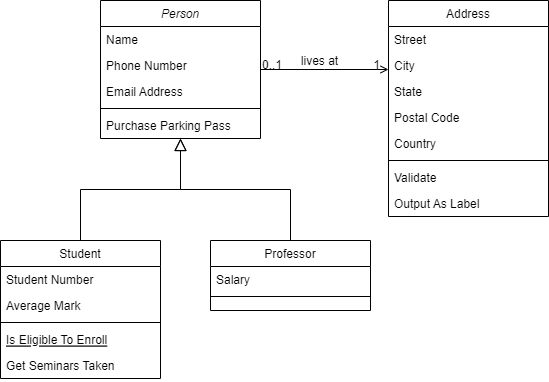
Before: Başlıksız Diyagram.drawio.png, a diagram exported from draw.io (pnrbrk41/Modelleme-Hayvanat-Bahcesi). Source tidied: cells renumbered, new cells last; positions are measured from the earlier drawing's top-left corner, leaving out a move shared by most shapes.
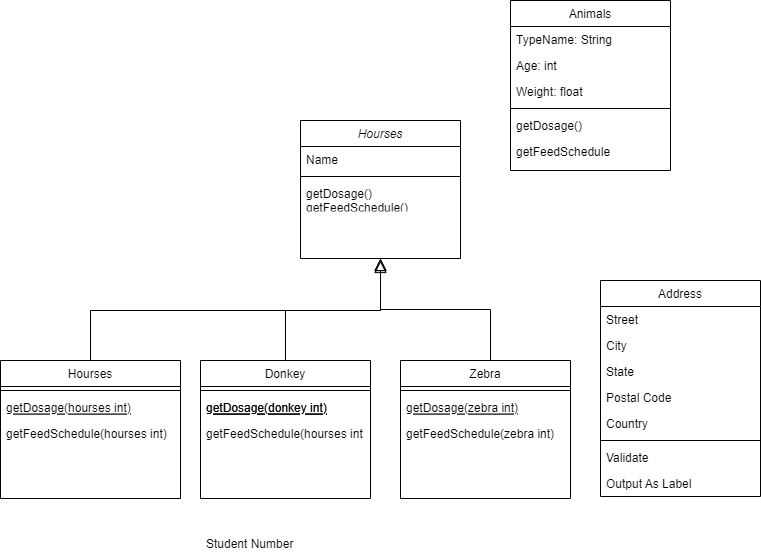
The same diagram one commit later.

Diff of the diagram source:
```diff
@@ -2,59 +2,45 @@
   <root>
     <mxCell id="0" />
     <mxCell id="1" parent="0" />
-    <mxCell id="2" value="Person" style="swimlane;fontStyle=2;align=center;verticalAlign=top;horizontal=1;startSize=26;rounded=0;shadow=0;strokeWidth=1;" parent="1" vertex="1">
+    <mxCell id="2" value="Hourses" style="swimlane;fontStyle=2;align=center;verticalAlign=top;horizontal=1;startSize=26;rounded=0;shadow=0;strokeWidth=1;" parent="1" vertex="1">
       <mxGeometry x="100" width="160" height="138" as="geometry" />
     </mxCell>
     <mxCell id="3" value="Name" style="text;align=left;verticalAlign=top;spacingLeft=4;spacingRight=4;overflow=hidden;" parent="2" vertex="1">
       <mxGeometry y="26" width="160" height="26" as="geometry" />
     </mxCell>
-    <mxCell id="4" value="Phone Number" style="text;align=left;verticalAlign=top;spacingLeft=4;spacingRight=4;overflow=hidden;rounded=0;shadow=0;html=0;" parent="2" vertex="1">
-      <mxGeometry y="52" width="160" height="26" as="geometry" />
-    </mxCell>
-    <mxCell id="5" value="Email Address" style="text;align=left;verticalAlign=top;spacingLeft=4;spacingRight=4;overflow=hidden;rounded=0;shadow=0;html=0;" parent="2" vertex="1">
-      <mxGeometry y="78" width="160" height="26" as="geometry" />
-    </mxCell>
     <mxCell id="6" style="line;html=1;strokeWidth=1;align=left;verticalAlign=middle;spacingTop=-1;spacingLeft=3;spacingRight=3;labelPosition=right;" parent="2" vertex="1">
-      <mxGeometry y="104" width="160" height="8" as="geometry" />
+      <mxGeometry y="52" width="160" height="8" as="geometry" />
     </mxCell>
-    <mxCell id="7" value="Purchase Parking Pass" style="text;align=left;verticalAlign=top;spacingLeft=4;spacingRight=4;overflow=hidden;" parent="2" vertex="1">
-      <mxGeometry y="112" width="160" height="26" as="geometry" />
+    <mxCell id="7" value="getDosage()&#10;getFeedSchedule()" style="text;align=left;verticalAlign=top;spacingLeft=4;spacingRight=4;overflow=hidden;" parent="2" vertex="1">
+      <mxGeometry y="60" width="160" height="26" as="geometry" />
     </mxCell>
-    <mxCell id="8" value="Student" style="swimlane;fontStyle=0;align=center;verticalAlign=top;horizontal=1;startSize=26;rounded=0;shadow=0;strokeWidth=1;" parent="1" vertex="1">
-      <mxGeometry y="240" width="160" height="138" as="geometry" />
+    <mxCell id="8" value="Donkey" style="swimlane;fontStyle=0;align=center;verticalAlign=top;horizontal=1;startSize=26;rounded=0;shadow=0;strokeWidth=1;" parent="1" vertex="1">
+      <mxGeometry y="240" width="170" height="138" as="geometry" />
     </mxCell>
-    <mxCell id="9" value="Student Number" style="text;align=left;verticalAlign=top;spacingLeft=4;spacingRight=4;overflow=hidden;" parent="8" vertex="1">
-      <mxGeometry y="26" width="160" height="26" as="geometry" />
-    </mxCell>
-    <mxCell id="10" value="Average Mark" style="text;align=left;verticalAlign=top;spacingLeft=4;spacingRight=4;overflow=hidden;rounded=0;shadow=0;html=0;" parent="8" vertex="1">
-      <mxGeometry y="52" width="160" height="26" as="geometry" />
-    </mxCell>
     <mxCell id="11" style="line;html=1;strokeWidth=1;align=left;verticalAlign=middle;spacingTop=-1;spacingLeft=3;spacingRight=3;labelPosition=right;" parent="8" vertex="1">
-      <mxGeometry y="78" width="160" height="8" as="geometry" />
+      <mxGeometry y="26" width="170" height="8" as="geometry" />
     </mxCell>
-    <mxCell id="12" value="Is Eligible To Enroll" style="text;align=left;verticalAlign=top;spacingLeft=4;spacingRight=4;overflow=hidden;fontStyle=4;" parent="8" vertex="1">
-      <mxGeometry y="86" width="160" height="26" as="geometry" />
+    <mxCell id="12" value="getDosage(donkey int)" style="text;align=left;verticalAlign=top;spacingLeft=4;spacingRight=4;overflow=hidden;fontStyle=4;" parent="8" vertex="1">
+      <mxGeometry y="34" width="170" height="26" as="geometry" />
     </mxCell>
-    <mxCell id="13" value="Get Seminars Taken" style="text;align=left;verticalAlign=top;spacingLeft=4;spacingRight=4;overflow=hidden;" parent="8" vertex="1">
-      <mxGeometry y="112" width="160" height="26" as="geometry" />
+    <mxCell id="13" value="getFeedSchedule(hourses int" style="text;align=left;verticalAlign=top;spacingLeft=4;spacingRight=4;overflow=hidden;" parent="8" vertex="1">
+      <mxGeometry y="60" width="170" height="26" as="geometry" />
     </mxCell>
     <mxCell id="14" style="endArrow=block;endSize=10;endFill=0;shadow=0;strokeWidth=1;rounded=0;edgeStyle=elbowEdgeStyle;elbow=vertical;" parent="1" edge="1" source="8" target="2">
-      <mxGeometry relative="1" as="geometry" />
+      <mxGeometry relative="1" as="geometry">
+        <Array as="points">
+          <mxPoint x="180" y="190" />
+          <mxPoint x="-100" y="180" />
+        </Array>
+      </mxGeometry>
     </mxCell>
-    <mxCell id="15" value="Professor" style="swimlane;fontStyle=0;align=center;verticalAlign=top;horizontal=1;startSize=26;rounded=0;shadow=0;strokeWidth=1;" parent="1" vertex="1">
-      <mxGeometry x="210" y="240" width="160" height="70" as="geometry" />
-    </mxCell>
-    <mxCell id="16" value="Salary" style="text;align=left;verticalAlign=top;spacingLeft=4;spacingRight=4;overflow=hidden;" parent="15" vertex="1">
-      <mxGeometry y="26" width="160" height="26" as="geometry" />
-    </mxCell>
-    <mxCell id="17" style="line;html=1;strokeWidth=1;align=left;verticalAlign=middle;spacingTop=-1;spacingLeft=3;spacingRight=3;labelPosition=right;" parent="15" vertex="1">
-      <mxGeometry y="52" width="160" height="8" as="geometry" />
-    </mxCell>
-    <mxCell id="18" style="endArrow=block;endSize=10;endFill=0;shadow=0;strokeWidth=1;rounded=0;edgeStyle=elbowEdgeStyle;elbow=vertical;" parent="1" edge="1" source="15" target="2">
-      <mxGeometry relative="1" as="geometry" />
+    <mxCell id="18" style="endArrow=block;endSize=10;endFill=0;shadow=0;strokeWidth=1;rounded=0;edgeStyle=elbowEdgeStyle;elbow=vertical;" parent="1" edge="1" target="2">
+      <mxGeometry relative="1" as="geometry">
+        <mxPoint x="290" y="240" as="sourcePoint" />
+      </mxGeometry>
     </mxCell>
     <mxCell id="19" value="Address" style="swimlane;fontStyle=0;align=center;verticalAlign=top;horizontal=1;startSize=26;rounded=0;shadow=0;strokeWidth=1;" parent="1" vertex="1">
-      <mxGeometry x="388" width="160" height="216" as="geometry" />
+      <mxGeometry x="400" y="160" width="160" height="216" as="geometry" />
     </mxCell>
     <mxCell id="20" value="Street" style="text;align=left;verticalAlign=top;spacingLeft=4;spacingRight=4;overflow=hidden;" parent="19" vertex="1">
       <mxGeometry y="26" width="160" height="26" as="geometry" />
@@ -80,25 +66,66 @@
     <mxCell id="27" value="Output As Label" style="text;align=left;verticalAlign=top;spacingLeft=4;spacingRight=4;overflow=hidden;" parent="19" vertex="1">
       <mxGeometry y="190" width="160" height="26" as="geometry" />
     </mxCell>
-    <mxCell id="28" style="endArrow=open;shadow=0;strokeWidth=1;rounded=0;endFill=1;edgeStyle=elbowEdgeStyle;elbow=vertical;" parent="1" edge="1" source="2" target="19">
-      <mxGeometry x="0.5" y="41" relative="1" as="geometry">
-        <mxPoint x="-40" y="32" as="offset" />
-      </mxGeometry>
-    </mxCell>
-    <mxCell id="29" value="0..1" style="align=left;verticalAlign=bottom;labelBackgroundColor=none;fontSize=12;" parent="28" vertex="1">
-      <mxGeometry x="-1" relative="1" as="geometry">
-        <mxPoint y="4" as="offset" />
-      </mxGeometry>
-    </mxCell>
-    <mxCell id="30" value="1" style="align=right;verticalAlign=bottom;labelBackgroundColor=none;fontSize=12;" parent="28" vertex="1">
-      <mxGeometry x="1" relative="1" as="geometry">
-        <mxPoint x="-7" y="4" as="offset" />
-      </mxGeometry>
-    </mxCell>
-    <mxCell id="31" value="lives at" style="text;html=1;align=center;verticalAlign=middle;labelBackgroundColor=none;rounded=0;shadow=0;strokeWidth=1;fontSize=12;" parent="28" vertex="1">
-      <mxGeometry x="0.5" y="49" relative="1" as="geometry">
-        <mxPoint x="-38" y="40" as="offset" />
-      </mxGeometry>
-    </mxCell>
+    <mxCell id="32" value="Animals" style="swimlane;fontStyle=0;align=center;verticalAlign=top;horizontal=1;startSize=26;rounded=0;shadow=0;strokeWidth=1;" parent="1" vertex="1">
+      <mxGeometry x="310" y="-120" width="160" height="170" as="geometry" />
+    </mxCell>
+    <mxCell id="33" value="TypeName: String" style="text;align=left;verticalAlign=top;spacingLeft=4;spacingRight=4;overflow=hidden;" parent="32" vertex="1">
+      <mxGeometry y="26" width="160" height="26" as="geometry" />
+    </mxCell>
+    <mxCell id="34" value="Age: int" style="text;align=left;verticalAlign=top;spacingLeft=4;spacingRight=4;overflow=hidden;rounded=0;shadow=0;html=0;" parent="32" vertex="1">
+      <mxGeometry y="52" width="160" height="26" as="geometry" />
+    </mxCell>
+    <mxCell id="35" value="Weight: float" style="text;align=left;verticalAlign=top;spacingLeft=4;spacingRight=4;overflow=hidden;rounded=0;shadow=0;html=0;" parent="32" vertex="1">
+      <mxGeometry y="78" width="160" height="26" as="geometry" />
+    </mxCell>
+    <mxCell id="36" style="line;html=1;strokeWidth=1;align=left;verticalAlign=middle;spacingTop=-1;spacingLeft=3;spacingRight=3;labelPosition=right;" parent="32" vertex="1">
+      <mxGeometry y="104" width="160" height="8" as="geometry" />
+    </mxCell>
+    <mxCell id="37" value="getDosage()" style="text;align=left;verticalAlign=top;spacingLeft=4;spacingRight=4;overflow=hidden;" parent="32" vertex="1">
+      <mxGeometry y="112" width="160" height="26" as="geometry" />
+    </mxCell>
+    <mxCell id="38" value="getFeedSchedule" style="text;align=left;verticalAlign=top;spacingLeft=4;spacingRight=4;overflow=hidden;" parent="32" vertex="1">
+      <mxGeometry y="138" width="160" height="26" as="geometry" />
+    </mxCell>
+    <mxCell id="9" value="Student Number" style="text;align=left;verticalAlign=top;spacingLeft=4;spacingRight=4;overflow=hidden;" parent="1" vertex="1">
+      <mxGeometry y="410" width="160" height="26" as="geometry" />
+    </mxCell>
+    <mxCell id="39" value="Hourses" style="swimlane;fontStyle=0;align=center;verticalAlign=top;horizontal=1;startSize=26;rounded=0;shadow=0;strokeWidth=1;" parent="1" vertex="1">
+      <mxGeometry x="-200" y="240" width="180" height="138" as="geometry" />
+    </mxCell>
+    <mxCell id="40" style="line;html=1;strokeWidth=1;align=left;verticalAlign=middle;spacingTop=-1;spacingLeft=3;spacingRight=3;labelPosition=right;" parent="39" vertex="1">
+      <mxGeometry y="26" width="180" height="8" as="geometry" />
+    </mxCell>
+    <mxCell id="41" value="getDosage(hourses int)&#10;" style="text;align=left;verticalAlign=top;spacingLeft=4;spacingRight=4;overflow=hidden;fontStyle=4;" parent="39" vertex="1">
+      <mxGeometry y="34" width="180" height="26" as="geometry" />
+    </mxCell>
+    <mxCell id="42" value="getFeedSchedule(hourses int)" style="text;align=left;verticalAlign=top;spacingLeft=4;spacingRight=4;overflow=hidden;" parent="39" vertex="1">
+      <mxGeometry y="60" width="180" height="26" as="geometry" />
+    </mxCell>
+    <mxCell id="43" style="endArrow=block;endSize=10;endFill=0;shadow=0;strokeWidth=1;rounded=0;edgeStyle=elbowEdgeStyle;elbow=vertical;exitX=0.5;exitY=0;exitDx=0;exitDy=0;" parent="1" edge="1" source="39">
+      <mxGeometry relative="1" as="geometry">
+        <mxPoint x="180" y="140" as="targetPoint" />
+        <Array as="points">
+          <mxPoint x="-110" y="190" />
+          <mxPoint x="-20" y="120" />
+          <mxPoint x="-300" y="110" />
+        </Array>
+      </mxGeometry>
+    </mxCell>
+    <mxCell id="44" value="getDosage(donkey int)" style="text;align=left;verticalAlign=top;spacingLeft=4;spacingRight=4;overflow=hidden;fontStyle=4;" parent="1" vertex="1">
+      <mxGeometry y="274" width="170" height="26" as="geometry" />
+    </mxCell>
+    <mxCell id="45" value="Zebra" style="swimlane;fontStyle=0;align=center;verticalAlign=top;horizontal=1;startSize=26;rounded=0;shadow=0;strokeWidth=1;" parent="1" vertex="1">
+      <mxGeometry x="200" y="240" width="170" height="138" as="geometry" />
+    </mxCell>
+    <mxCell id="46" style="line;html=1;strokeWidth=1;align=left;verticalAlign=middle;spacingTop=-1;spacingLeft=3;spacingRight=3;labelPosition=right;" parent="45" vertex="1">
+      <mxGeometry y="26" width="170" height="8" as="geometry" />
+    </mxCell>
+    <mxCell id="47" value="getDosage(zebra int)" style="text;align=left;verticalAlign=top;spacingLeft=4;spacingRight=4;overflow=hidden;fontStyle=4;" parent="45" vertex="1">
+      <mxGeometry y="34" width="170" height="26" as="geometry" />
+    </mxCell>
+    <mxCell id="48" value="getFeedSchedule(zebra int)" style="text;align=left;verticalAlign=top;spacingLeft=4;spacingRight=4;overflow=hidden;" parent="45" vertex="1">
+      <mxGeometry y="60" width="170" height="26" as="geometry" />
+    </mxCell>
   </root>
 </mxGraphModel>
```
